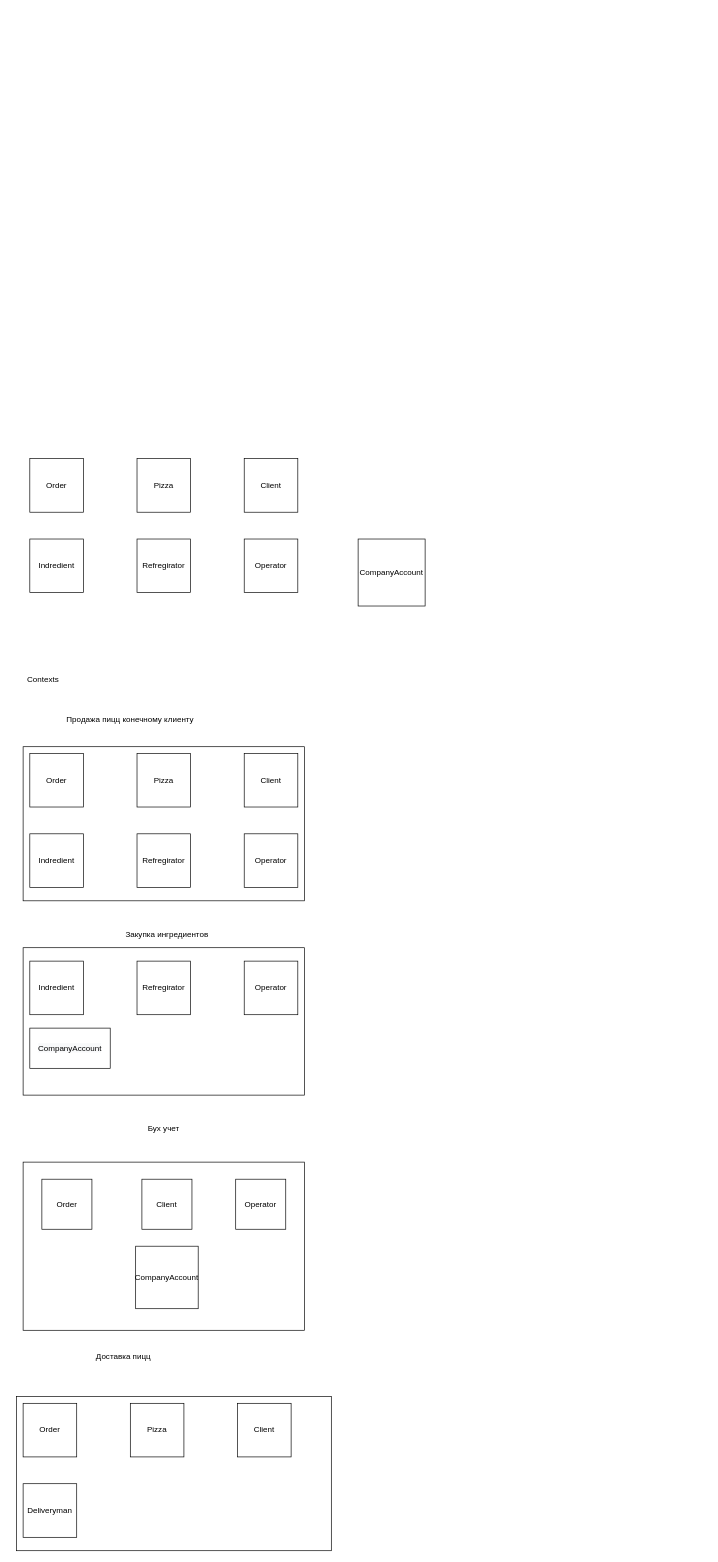
Before: design.drawio in whispeerone/nestjs-ddd, a draw.io diagram. Source tidied: cells renumbered, new cells numbered last; positions are measured from the earlier drawing's top-left corner, leaving out a move shared by most shapes. Both pictures are drawn from the tidied source at 67%, with x=0, y=0 at pixel (16, 458).
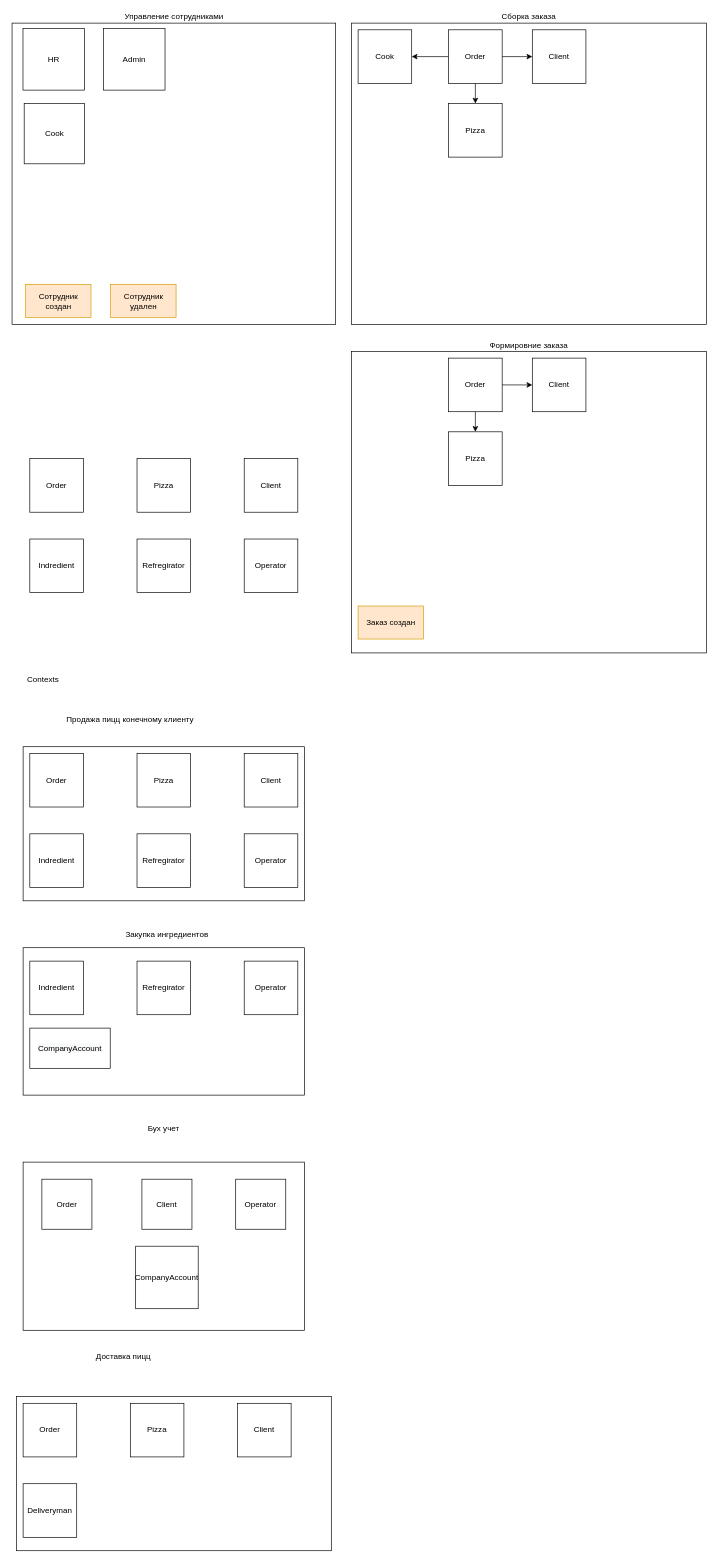
Above is the later version.

Change to the diagram source:
```diff
@@
+    <mxCell id="41" style="group;" parent="1" vertex="1">
+      <mxGeometry x="-6.5" y="-650" width="483" height="450" as="geometry" />
+    </mxCell>
+    <mxCell id="42" value="Управление сотрудниками" style="rounded=0;whiteSpace=wrap;html=1;labelPosition=center;verticalLabelPosition=top;align=center;verticalAlign=bottom;" parent="41" vertex="1">
+      <mxGeometry width="483" height="450" as="geometry" />
+    </mxCell>
+    <mxCell id="43" value="Cook" style="whiteSpace=wrap;html=1;" parent="41" vertex="1">
+      <mxGeometry x="18.1" y="120" width="90" height="90" as="geometry" />
+    </mxCell>
+    <mxCell id="44" value="Admin" style="whiteSpace=wrap;html=1;" parent="41" vertex="1">
+      <mxGeometry x="136.5" y="8.2" width="91.8" height="91.8" as="geometry" />
+    </mxCell>
+    <mxCell id="45" value="HR" style="whiteSpace=wrap;html=1;" parent="41" vertex="1">
+      <mxGeometry x="16.3" y="8.2" width="91.8" height="91.8" as="geometry" />
+    </mxCell>
+    <mxCell id="46" value="Сотрудник создан" style="rounded=0;whiteSpace=wrap;html=1;fillColor=#ffe6cc;strokeColor=#d79b00;" parent="41" vertex="1">
+      <mxGeometry x="20" y="390" width="97.8" height="49.3" as="geometry" />
+    </mxCell>
+    <mxCell id="47" value="Сотрудник удален" style="rounded=0;whiteSpace=wrap;html=1;fillColor=#ffe6cc;strokeColor=#d79b00;" parent="41" vertex="1">
+      <mxGeometry x="147" y="390" width="97.8" height="49.3" as="geometry" />
+    </mxCell>
+    <mxCell id="48" style="group;" parent="1" vertex="1">
+      <mxGeometry x="500" y="-650" width="530" height="460" as="geometry" />
+    </mxCell>
+    <mxCell id="49" value="Сборка заказа" style="rounded=0;whiteSpace=wrap;html=1;labelPosition=center;verticalLabelPosition=top;align=center;verticalAlign=bottom;" parent="48" vertex="1">
+      <mxGeometry width="530" height="450" as="geometry" />
+    </mxCell>
+    <mxCell id="50" value="Cook" style="whiteSpace=wrap;html=1;" parent="48" vertex="1">
+      <mxGeometry x="10" y="10" width="80" height="80" as="geometry" />
+    </mxCell>
+    <mxCell id="51" style="edgeStyle=orthogonalEdgeStyle;rounded=0;jettySize=auto;html=1;exitX=0;exitY=0.5;exitDx=0;exitDy=0;entryX=1;entryY=0.5;entryDx=0;entryDy=0;" parent="48" edge="1" source="52" target="50">
+      <mxGeometry relative="1" as="geometry" />
+    </mxCell>
+    <mxCell id="52" value="Order" style="whiteSpace=wrap;html=1;" parent="48" vertex="1">
+      <mxGeometry x="145" y="10" width="80" height="80" as="geometry" />
+    </mxCell>
+    <mxCell id="53" value="Pizza" style="whiteSpace=wrap;html=1;" parent="48" vertex="1">
+      <mxGeometry x="145" y="120" width="80" height="80" as="geometry" />
+    </mxCell>
+    <mxCell id="54" style="edgeStyle=orthogonalEdgeStyle;rounded=0;jettySize=auto;html=1;exitX=0.5;exitY=1;exitDx=0;exitDy=0;entryX=0.5;entryY=0;entryDx=0;entryDy=0;" parent="48" edge="1" source="52" target="53">
+      <mxGeometry relative="1" as="geometry" />
+    </mxCell>
+    <mxCell id="55" value="Client" style="whiteSpace=wrap;html=1;" parent="48" vertex="1">
+      <mxGeometry x="270" y="10" width="80" height="80" as="geometry" />
+    </mxCell>
+    <mxCell id="56" style="edgeStyle=orthogonalEdgeStyle;rounded=0;jettySize=auto;html=1;exitX=1;exitY=0.5;exitDx=0;exitDy=0;" parent="48" edge="1" source="52" target="55">
+      <mxGeometry relative="1" as="geometry" />
+    </mxCell>
+    <mxCell id="57" style="group;" parent="1" vertex="1">
+      <mxGeometry x="500" y="-160" width="530" height="460" as="geometry" />
+    </mxCell>
+    <mxCell id="58" value="Формировние заказа" style="rounded=0;whiteSpace=wrap;html=1;labelPosition=center;verticalLabelPosition=top;align=center;verticalAlign=bottom;" parent="57" vertex="1">
+      <mxGeometry width="530" height="450" as="geometry" />
+    </mxCell>
+    <mxCell id="59" value="Order" style="whiteSpace=wrap;html=1;" parent="57" vertex="1">
+      <mxGeometry x="145" y="10" width="80" height="80" as="geometry" />
+    </mxCell>
+    <mxCell id="60" value="Pizza" style="whiteSpace=wrap;html=1;" parent="57" vertex="1">
+      <mxGeometry x="145" y="120" width="80" height="80" as="geometry" />
+    </mxCell>
+    <mxCell id="61" style="edgeStyle=orthogonalEdgeStyle;rounded=0;jettySize=auto;html=1;exitX=0.5;exitY=1;exitDx=0;exitDy=0;entryX=0.5;entryY=0;entryDx=0;entryDy=0;" parent="57" edge="1" source="59" target="60">
+      <mxGeometry relative="1" as="geometry" />
+    </mxCell>
+    <mxCell id="62" value="Client" style="whiteSpace=wrap;html=1;" parent="57" vertex="1">
+      <mxGeometry x="270" y="10" width="80" height="80" as="geometry" />
+    </mxCell>
+    <mxCell id="63" style="edgeStyle=orthogonalEdgeStyle;rounded=0;jettySize=auto;html=1;exitX=1;exitY=0.5;exitDx=0;exitDy=0;" parent="57" edge="1" source="59" target="62">
+      <mxGeometry relative="1" as="geometry" />
+    </mxCell>
+    <mxCell id="64" value="Заказ создан" style="rounded=0;whiteSpace=wrap;html=1;fillColor=#ffe6cc;strokeColor=#d79b00;" parent="57" vertex="1">
+      <mxGeometry x="10" y="380" width="97.8" height="49.3" as="geometry" />
+    </mxCell>
```
